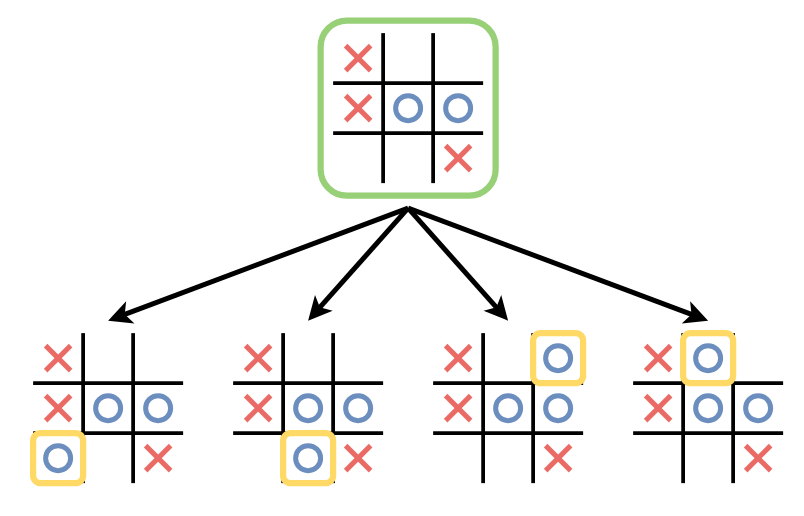
The draw.io diagram mcts_ttt.drawio in Klazkin/player-zero, before the edit. Source tidied: cells renumbered, new cells numbered last; positions are measured from the earlier drawing's top-left corner, leaving out a move shared by most shapes. Both pictures are drawn from the tidied source at 125%, with x=0, y=0 at pixel (32, 20).
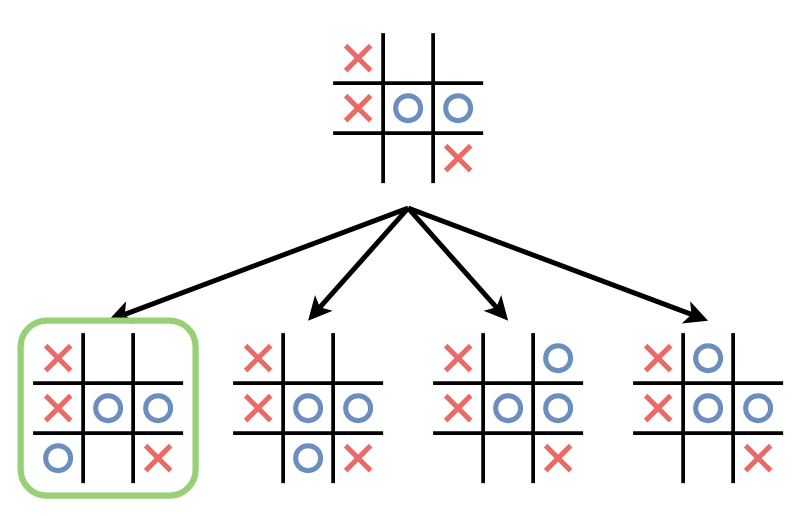
After the change.

Change to the diagram source:
```diff
@@
-    <mxCell id="14" style="rounded=1;whiteSpace=wrap;html=1;fillColor=none;strokeWidth=5;strokeColor=#97D077;" parent="1" vertex="1">
-      <mxGeometry x="230" width="140" height="140" as="geometry" />
-    </mxCell>
@@
-    <mxCell id="57" style="rounded=1;whiteSpace=wrap;html=1;fillColor=none;strokeWidth=5;strokeColor=#FFD966;" parent="1" vertex="1">
-      <mxGeometry y="330" width="40" height="40" as="geometry" />
+    <mxCell id="57" style="rounded=1;whiteSpace=wrap;html=1;fillColor=none;strokeWidth=5;strokeColor=#97D077;" parent="1" vertex="1">
+      <mxGeometry x="-10" y="240" width="140" height="140" as="geometry" />
     </mxCell>
-    <mxCell id="58" style="rounded=1;whiteSpace=wrap;html=1;fillColor=none;strokeWidth=5;strokeColor=#FFD966;" parent="1" vertex="1">
-      <mxGeometry x="200" y="330" width="40" height="40" as="geometry" />
-    </mxCell>
-    <mxCell id="59" style="rounded=1;whiteSpace=wrap;html=1;fillColor=none;strokeWidth=5;strokeColor=#FFD966;" parent="1" vertex="1">
-      <mxGeometry x="400" y="250" width="40" height="40" as="geometry" />
-    </mxCell>
@@
-    <mxCell id="73" style="rounded=1;whiteSpace=wrap;html=1;fillColor=none;strokeWidth=5;strokeColor=#FFD966;" parent="1" vertex="1">
-      <mxGeometry x="520" y="250" width="40" height="40" as="geometry" />
-    </mxCell>
```
